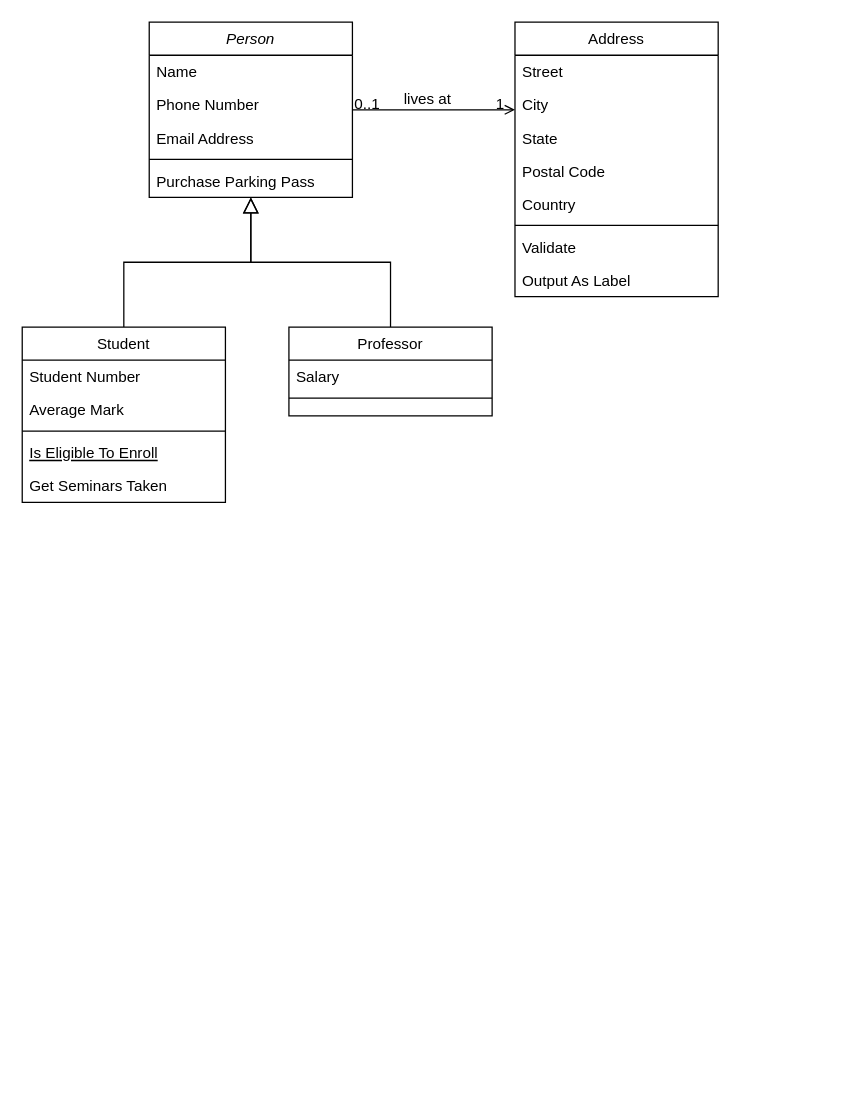
Above: uml_class_diagram/UMLClassDiagram.drawio in sdjs-s-a-gh/Web_API---Software_Architecture (draw.io), before the change. Source tidied: cells renumbered, new cells numbered last; positions are measured from the earlier drawing's top-left corner, leaving out a move shared by most shapes. Both pictures are drawn from the tidied source at 127%, with x=0, y=0 at pixel (22, 22).
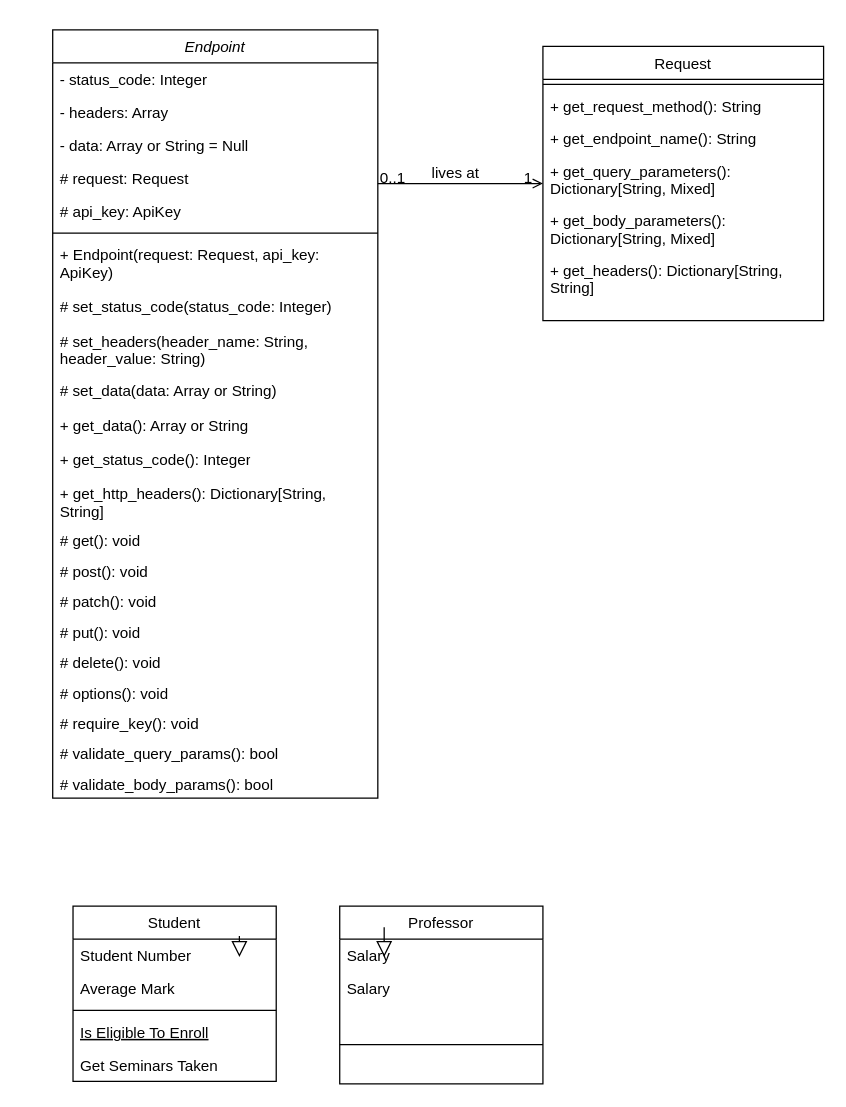
After the change.

Diff of the diagram source:
```diff
@@
-    <mxCell id="2" value="Person" style="swimlane;fontStyle=2;align=center;verticalAlign=top;horizontal=1;startSize=26;rounded=0;shadow=0;strokeWidth=1;" parent="1" vertex="1">
-      <mxGeometry x="100" width="160" height="138" as="geometry" />
+    <mxCell id="2" value="Endpoint" style="swimlane;fontStyle=2;align=center;verticalAlign=top;horizontal=1;startSize=26;rounded=0;shadow=0;strokeWidth=1;" parent="1" vertex="1">
+      <mxGeometry x="24" y="6" width="256" height="605" as="geometry" />
     </mxCell>
-    <mxCell id="3" value="Name" style="text;align=left;verticalAlign=top;spacingLeft=4;spacingRight=4;overflow=hidden;" parent="2" vertex="1">
-      <mxGeometry y="26" width="160" height="26" as="geometry" />
+    <mxCell id="3" value="- status_code: Integer" style="text;align=left;verticalAlign=top;spacingLeft=4;spacingRight=4;overflow=hidden;" parent="2" vertex="1">
+      <mxGeometry y="26" width="256" height="26" as="geometry" />
     </mxCell>
-    <mxCell id="4" value="Phone Number" style="text;align=left;verticalAlign=top;spacingLeft=4;spacingRight=4;overflow=hidden;rounded=0;shadow=0;html=0;" parent="2" vertex="1">
-      <mxGeometry y="52" width="160" height="26" as="geometry" />
+    <mxCell id="4" value="- headers: Array" style="text;align=left;verticalAlign=top;spacingLeft=4;spacingRight=4;overflow=hidden;rounded=0;shadow=0;html=0;" parent="2" vertex="1">
+      <mxGeometry y="52" width="256" height="26" as="geometry" />
     </mxCell>
-    <mxCell id="5" value="Email Address" style="text;align=left;verticalAlign=top;spacingLeft=4;spacingRight=4;overflow=hidden;rounded=0;shadow=0;html=0;" parent="2" vertex="1">
-      <mxGeometry y="78" width="160" height="26" as="geometry" />
+    <mxCell id="5" value="- data: Array or String = Null" style="text;align=left;verticalAlign=top;spacingLeft=4;spacingRight=4;overflow=hidden;rounded=0;shadow=0;html=0;" parent="2" vertex="1">
+      <mxGeometry y="78" width="256" height="26" as="geometry" />
     </mxCell>
+    <mxCell id="32" value="# request: Request" style="text;align=left;verticalAlign=top;spacingLeft=4;spacingRight=4;overflow=hidden;rounded=0;shadow=0;html=0;" parent="2" vertex="1">
+      <mxGeometry y="104" width="256" height="26" as="geometry" />
+    </mxCell>
+    <mxCell id="33" value="# api_key: ApiKey" style="text;align=left;verticalAlign=top;spacingLeft=4;spacingRight=4;overflow=hidden;rounded=0;shadow=0;html=0;" parent="2" vertex="1">
+      <mxGeometry y="130" width="256" height="26" as="geometry" />
+    </mxCell>
     <mxCell id="6" style="line;html=1;strokeWidth=1;align=left;verticalAlign=middle;spacingTop=-1;spacingLeft=3;spacingRight=3;labelPosition=right;" parent="2" vertex="1">
-      <mxGeometry y="104" width="160" height="8" as="geometry" />
+      <mxGeometry y="156" width="256" height="8" as="geometry" />
     </mxCell>
-    <mxCell id="7" value="Purchase Parking Pass" style="text;align=left;verticalAlign=top;spacingLeft=4;spacingRight=4;overflow=hidden;" parent="2" vertex="1">
-      <mxGeometry y="112" width="160" height="26" as="geometry" />
+    <mxCell id="7" value="+ Endpoint(request: Request, api_key: ApiKey)" style="text;align=left;verticalAlign=top;spacingLeft=4;spacingRight=4;overflow=hidden;whiteSpace=wrap;" parent="2" vertex="1">
+      <mxGeometry y="164" width="256" height="41" as="geometry" />
     </mxCell>
+    <mxCell id="34" value="# set_status_code(status_code: Integer)" style="text;align=left;verticalAlign=top;spacingLeft=4;spacingRight=4;overflow=hidden;whiteSpace=wrap;" parent="2" vertex="1">
+      <mxGeometry y="205" width="256" height="27" as="geometry" />
+    </mxCell>
+    <mxCell id="35" value="# set_headers(header_name: String, header_value: String)" style="text;align=left;verticalAlign=top;spacingLeft=4;spacingRight=4;overflow=hidden;whiteSpace=wrap;" parent="2" vertex="1">
+      <mxGeometry y="232" width="256" height="39" as="geometry" />
+    </mxCell>
+    <mxCell id="36" value="# set_data(data: Array or String)" style="text;align=left;verticalAlign=top;spacingLeft=4;spacingRight=4;overflow=hidden;whiteSpace=wrap;" parent="2" vertex="1">
+      <mxGeometry y="271" width="256" height="27" as="geometry" />
+    </mxCell>
+    <mxCell id="37" value="+ get_data(): Array or String" style="text;align=left;verticalAlign=top;spacingLeft=4;spacingRight=4;overflow=hidden;whiteSpace=wrap;" parent="2" vertex="1">
+      <mxGeometry y="298" width="256" height="27" as="geometry" />
+    </mxCell>
+    <mxCell id="38" value="+ get_status_code(): Integer" style="text;align=left;verticalAlign=top;spacingLeft=4;spacingRight=4;overflow=hidden;whiteSpace=wrap;" parent="2" vertex="1">
+      <mxGeometry y="325" width="256" height="27" as="geometry" />
+    </mxCell>
+    <mxCell id="39" value="+ get_http_headers(): Dictionary[String, String]" style="text;align=left;verticalAlign=top;spacingLeft=4;spacingRight=4;overflow=hidden;whiteSpace=wrap;" parent="2" vertex="1">
+      <mxGeometry y="352" width="256" height="37" as="geometry" />
+    </mxCell>
+    <mxCell id="40" value="# get(): void" style="text;align=left;verticalAlign=top;spacingLeft=4;spacingRight=4;overflow=hidden;whiteSpace=wrap;" parent="2" vertex="1">
+      <mxGeometry y="389" width="256" height="24" as="geometry" />
+    </mxCell>
+    <mxCell id="41" value="# post(): void" style="text;align=left;verticalAlign=top;spacingLeft=4;spacingRight=4;overflow=hidden;whiteSpace=wrap;" parent="2" vertex="1">
+      <mxGeometry y="413" width="256" height="24" as="geometry" />
+    </mxCell>
+    <mxCell id="42" value="# patch(): void" style="text;align=left;verticalAlign=top;spacingLeft=4;spacingRight=4;overflow=hidden;whiteSpace=wrap;" parent="2" vertex="1">
+      <mxGeometry y="437" width="256" height="24" as="geometry" />
+    </mxCell>
+    <mxCell id="43" value="# put(): void" style="text;align=left;verticalAlign=top;spacingLeft=4;spacingRight=4;overflow=hidden;whiteSpace=wrap;" parent="2" vertex="1">
+      <mxGeometry y="461" width="256" height="24" as="geometry" />
+    </mxCell>
+    <mxCell id="44" value="# delete(): void" style="text;align=left;verticalAlign=top;spacingLeft=4;spacingRight=4;overflow=hidden;whiteSpace=wrap;" parent="2" vertex="1">
+      <mxGeometry y="485" width="256" height="24" as="geometry" />
+    </mxCell>
+    <mxCell id="45" value="# options(): void" style="text;align=left;verticalAlign=top;spacingLeft=4;spacingRight=4;overflow=hidden;whiteSpace=wrap;" parent="2" vertex="1">
+      <mxGeometry y="509" width="256" height="24" as="geometry" />
+    </mxCell>
+    <mxCell id="46" value="# require_key(): void" style="text;align=left;verticalAlign=top;spacingLeft=4;spacingRight=4;overflow=hidden;whiteSpace=wrap;" parent="2" vertex="1">
+      <mxGeometry y="533" width="256" height="24" as="geometry" />
+    </mxCell>
+    <mxCell id="47" value="# validate_query_params(): bool" style="text;align=left;verticalAlign=top;spacingLeft=4;spacingRight=4;overflow=hidden;whiteSpace=wrap;" parent="2" vertex="1">
+      <mxGeometry y="557" width="256" height="24" as="geometry" />
+    </mxCell>
+    <mxCell id="48" value="# validate_body_params(): bool" style="text;align=left;verticalAlign=top;spacingLeft=4;spacingRight=4;overflow=hidden;whiteSpace=wrap;" parent="2" vertex="1">
+      <mxGeometry y="581" width="256" height="24" as="geometry" />
+    </mxCell>
     <mxCell id="8" value="Student" style="swimlane;fontStyle=0;align=center;verticalAlign=top;horizontal=1;startSize=26;rounded=0;shadow=0;strokeWidth=1;" parent="1" vertex="1">
-      <mxGeometry y="240" width="160" height="138" as="geometry" />
+      <mxGeometry x="40" y="696" width="160" height="138" as="geometry" />
     </mxCell>
@@
-    <mxCell id="14" style="endArrow=block;endSize=10;endFill=0;shadow=0;strokeWidth=1;rounded=0;curved=0;edgeStyle=elbowEdgeStyle;elbow=vertical;" parent="1" edge="1" source="8" target="2">
-      <mxGeometry relative="1" as="geometry" />
+    <mxCell id="14" style="endArrow=block;endSize=10;endFill=0;shadow=0;strokeWidth=1;rounded=0;curved=0;edgeStyle=elbowEdgeStyle;elbow=vertical;" parent="1" edge="1" source="8">
+      <mxGeometry relative="1" as="geometry">
+        <mxPoint x="171" y="736" as="targetPoint" />
+      </mxGeometry>
     </mxCell>
     <mxCell id="15" value="Professor" style="swimlane;fontStyle=0;align=center;verticalAlign=top;horizontal=1;startSize=26;rounded=0;shadow=0;strokeWidth=1;" parent="1" vertex="1">
-      <mxGeometry x="210" y="240" width="160" height="70" as="geometry" />
+      <mxGeometry x="250" y="696" width="160" height="140" as="geometry" />
     </mxCell>
@@
+    <mxCell id="49" value="Salary" style="text;align=left;verticalAlign=top;spacingLeft=4;spacingRight=4;overflow=hidden;" parent="15" vertex="1">
+      <mxGeometry y="52" width="160" height="26" as="geometry" />
+    </mxCell>
     <mxCell id="17" style="line;html=1;strokeWidth=1;align=left;verticalAlign=middle;spacingTop=-1;spacingLeft=3;spacingRight=3;labelPosition=right;" parent="15" vertex="1">
-      <mxGeometry y="52" width="160" height="8" as="geometry" />
+      <mxGeometry y="78" width="160" height="62" as="geometry" />
     </mxCell>
-    <mxCell id="18" style="endArrow=block;endSize=10;endFill=0;shadow=0;strokeWidth=1;rounded=0;curved=0;edgeStyle=elbowEdgeStyle;elbow=vertical;" parent="1" edge="1" source="15" target="2">
-      <mxGeometry relative="1" as="geometry" />
+    <mxCell id="18" style="endArrow=block;endSize=10;endFill=0;shadow=0;strokeWidth=1;rounded=0;curved=0;edgeStyle=elbowEdgeStyle;elbow=vertical;" parent="1" edge="1" source="15">
+      <mxGeometry relative="1" as="geometry">
+        <mxPoint x="285" y="736" as="targetPoint" />
+      </mxGeometry>
     </mxCell>
-    <mxCell id="19" value="Address" style="swimlane;fontStyle=0;align=center;verticalAlign=top;horizontal=1;startSize=26;rounded=0;shadow=0;strokeWidth=1;" parent="1" vertex="1">
-      <mxGeometry x="388" width="160" height="216" as="geometry" />
+    <mxCell id="19" value="Request" style="swimlane;fontStyle=0;align=center;verticalAlign=top;horizontal=1;startSize=26;rounded=0;shadow=0;strokeWidth=1;" parent="1" vertex="1">
+      <mxGeometry x="410" y="19" width="221" height="216" as="geometry" />
     </mxCell>
-    <mxCell id="20" value="Street" style="text;align=left;verticalAlign=top;spacingLeft=4;spacingRight=4;overflow=hidden;" parent="19" vertex="1">
-      <mxGeometry y="26" width="160" height="26" as="geometry" />
-    </mxCell>
-    <mxCell id="21" value="City" style="text;align=left;verticalAlign=top;spacingLeft=4;spacingRight=4;overflow=hidden;rounded=0;shadow=0;html=0;" parent="19" vertex="1">
-      <mxGeometry y="52" width="160" height="26" as="geometry" />
-    </mxCell>
-    <mxCell id="22" value="State" style="text;align=left;verticalAlign=top;spacingLeft=4;spacingRight=4;overflow=hidden;rounded=0;shadow=0;html=0;" parent="19" vertex="1">
-      <mxGeometry y="78" width="160" height="26" as="geometry" />
-    </mxCell>
-    <mxCell id="23" value="Postal Code" style="text;align=left;verticalAlign=top;spacingLeft=4;spacingRight=4;overflow=hidden;rounded=0;shadow=0;html=0;" parent="19" vertex="1">
-      <mxGeometry y="104" width="160" height="26" as="geometry" />
-    </mxCell>
-    <mxCell id="24" value="Country" style="text;align=left;verticalAlign=top;spacingLeft=4;spacingRight=4;overflow=hidden;rounded=0;shadow=0;html=0;" parent="19" vertex="1">
-      <mxGeometry y="130" width="160" height="26" as="geometry" />
-    </mxCell>
     <mxCell id="25" style="line;html=1;strokeWidth=1;align=left;verticalAlign=middle;spacingTop=-1;spacingLeft=3;spacingRight=3;labelPosition=right;" parent="19" vertex="1">
-      <mxGeometry y="156" width="160" height="8" as="geometry" />
+      <mxGeometry y="26" width="221" height="8" as="geometry" />
     </mxCell>
-    <mxCell id="26" value="Validate" style="text;align=left;verticalAlign=top;spacingLeft=4;spacingRight=4;overflow=hidden;" parent="19" vertex="1">
-      <mxGeometry y="164" width="160" height="26" as="geometry" />
+    <mxCell id="26" value="+ get_request_method(): String" style="text;align=left;verticalAlign=top;spacingLeft=4;spacingRight=4;overflow=hidden;" parent="19" vertex="1">
+      <mxGeometry y="34" width="221" height="25" as="geometry" />
     </mxCell>
-    <mxCell id="27" value="Output As Label" style="text;align=left;verticalAlign=top;spacingLeft=4;spacingRight=4;overflow=hidden;" parent="19" vertex="1">
-      <mxGeometry y="190" width="160" height="26" as="geometry" />
+    <mxCell id="27" value="+ get_endpoint_name(): String" style="text;align=left;verticalAlign=top;spacingLeft=4;spacingRight=4;overflow=hidden;" parent="19" vertex="1">
+      <mxGeometry y="59" width="221" height="26" as="geometry" />
     </mxCell>
+    <mxCell id="50" value="+ get_query_parameters(): Dictionary[String, Mixed]" style="text;align=left;verticalAlign=top;spacingLeft=4;spacingRight=4;overflow=hidden;whiteSpace=wrap;" parent="19" vertex="1">
+      <mxGeometry y="85" width="221" height="39" as="geometry" />
+    </mxCell>
+    <mxCell id="51" value="+ get_body_parameters(): Dictionary[String, Mixed]" style="text;align=left;verticalAlign=top;spacingLeft=4;spacingRight=4;overflow=hidden;whiteSpace=wrap;" parent="19" vertex="1">
+      <mxGeometry y="124" width="221" height="39" as="geometry" />
+    </mxCell>
+    <mxCell id="52" value="+ get_headers(): Dictionary[String, String]" style="text;align=left;verticalAlign=top;spacingLeft=4;spacingRight=4;overflow=hidden;whiteSpace=wrap;" parent="19" vertex="1">
+      <mxGeometry y="163" width="221" height="39" as="geometry" />
+    </mxCell>
```
